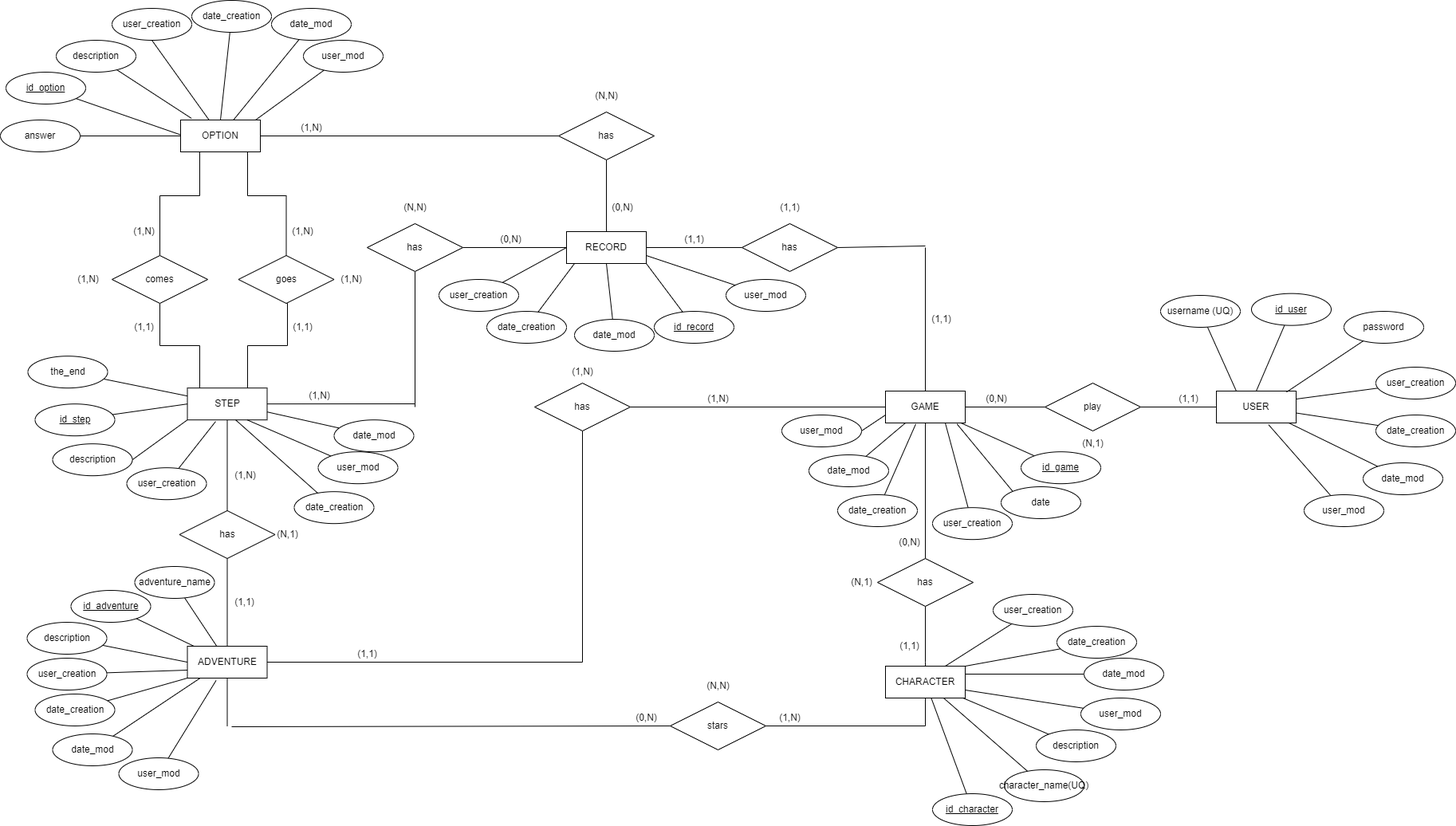
Before: M2/diagrama_proyecto(1).png, a diagram exported from draw.io (EduardMacianHerrera/Projecte1_ChooseYourStory). Source tidied: cells renumbered, new cells last; positions are measured from the earlier drawing's top-left corner, leaving out a move shared by most shapes.
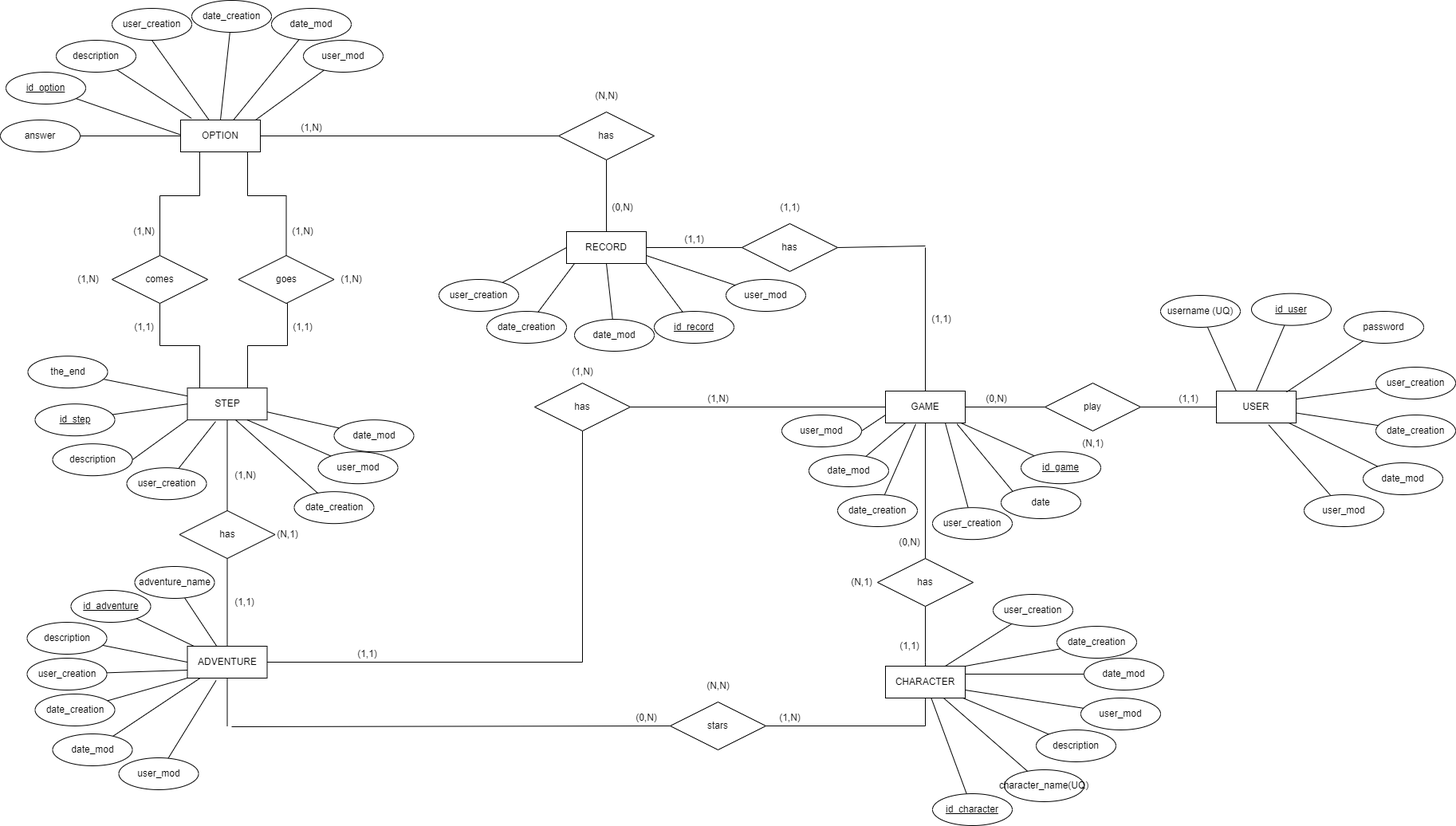
Above is the later version.

Change to the diagram source:
```diff
@@ -84,11 +84,6 @@
         <mxPoint x="284.5" y="646.2" as="targetPoint" />
       </mxGeometry>
     </mxCell>
-    <mxCell id="26" style="edgeStyle=none;rounded=0;jettySize=auto;html=1;endArrow=none;endFill=0;" parent="1" edge="1" source="29">
-      <mxGeometry relative="1" as="geometry">
-        <mxPoint x="520" y="506" as="targetPoint" />
-      </mxGeometry>
-    </mxCell>
     <mxCell id="27" style="edgeStyle=orthogonalEdgeStyle;rounded=0;jettySize=auto;html=1;entryX=0.5;entryY=1;entryDx=0;entryDy=0;endArrow=none;endFill=0;" parent="1" edge="1" source="29" target="139">
       <mxGeometry relative="1" as="geometry">
         <Array as="points">
@@ -266,17 +261,6 @@
     <mxCell id="74" value="RECORD" style="whiteSpace=wrap;html=1;align=center;" parent="1" vertex="1">
       <mxGeometry x="710" y="290" width="100" height="40" as="geometry" />
     </mxCell>
-    <mxCell id="75" style="edgeStyle=none;rounded=0;jettySize=auto;html=1;endArrow=none;endFill=0;" parent="1" edge="1" source="77" target="74">
-      <mxGeometry relative="1" as="geometry" />
-    </mxCell>
-    <mxCell id="76" style="edgeStyle=none;rounded=0;jettySize=auto;html=1;endArrow=none;endFill=0;exitX=0.5;exitY=1;exitDx=0;exitDy=0;" parent="1" edge="1" source="77">
-      <mxGeometry relative="1" as="geometry">
-        <mxPoint x="520" y="510" as="targetPoint" />
-      </mxGeometry>
-    </mxCell>
-    <mxCell id="77" value="has" style="shape=rhombus;perimeter=rhombusPerimeter;whiteSpace=wrap;html=1;align=center;" parent="1" vertex="1">
-      <mxGeometry x="460" y="280" width="120" height="60" as="geometry" />
-    </mxCell>
     <mxCell id="78" style="edgeStyle=none;rounded=0;jettySize=auto;html=1;entryX=0.5;entryY=1;entryDx=0;entryDy=0;endArrow=none;endFill=0;" parent="1" edge="1" source="80" target="55">
       <mxGeometry relative="1" as="geometry" />
     </mxCell>
@@ -532,15 +516,6 @@
     <mxCell id="158" value="(N,N)" style="text;html=1;align=center;verticalAlign=middle;strokeColor=none;fillColor=none;" parent="1" vertex="1">
       <mxGeometry x="740" y="110" width="40" height="20" as="geometry" />
     </mxCell>
-    <mxCell id="159" value="(1,N)" style="text;html=1;align=center;verticalAlign=middle;strokeColor=none;fillColor=none;" parent="1" vertex="1">
-      <mxGeometry x="380" y="486.2" width="40" height="20" as="geometry" />
-    </mxCell>
-    <mxCell id="160" value="(0,N)" style="text;html=1;align=center;verticalAlign=middle;strokeColor=none;fillColor=none;" parent="1" vertex="1">
-      <mxGeometry x="620" y="290" width="40" height="20" as="geometry" />
-    </mxCell>
-    <mxCell id="161" value="(N,N)" style="text;html=1;align=center;verticalAlign=middle;strokeColor=none;fillColor=none;" parent="1" vertex="1">
-      <mxGeometry x="500" y="250" width="40" height="20" as="geometry" />
-    </mxCell>
     <mxCell id="162" value="(1,1)" style="text;html=1;align=center;verticalAlign=middle;strokeColor=none;fillColor=none;" parent="1" vertex="1">
       <mxGeometry x="160" y="400" width="40" height="20" as="geometry" />
     </mxCell>
```
